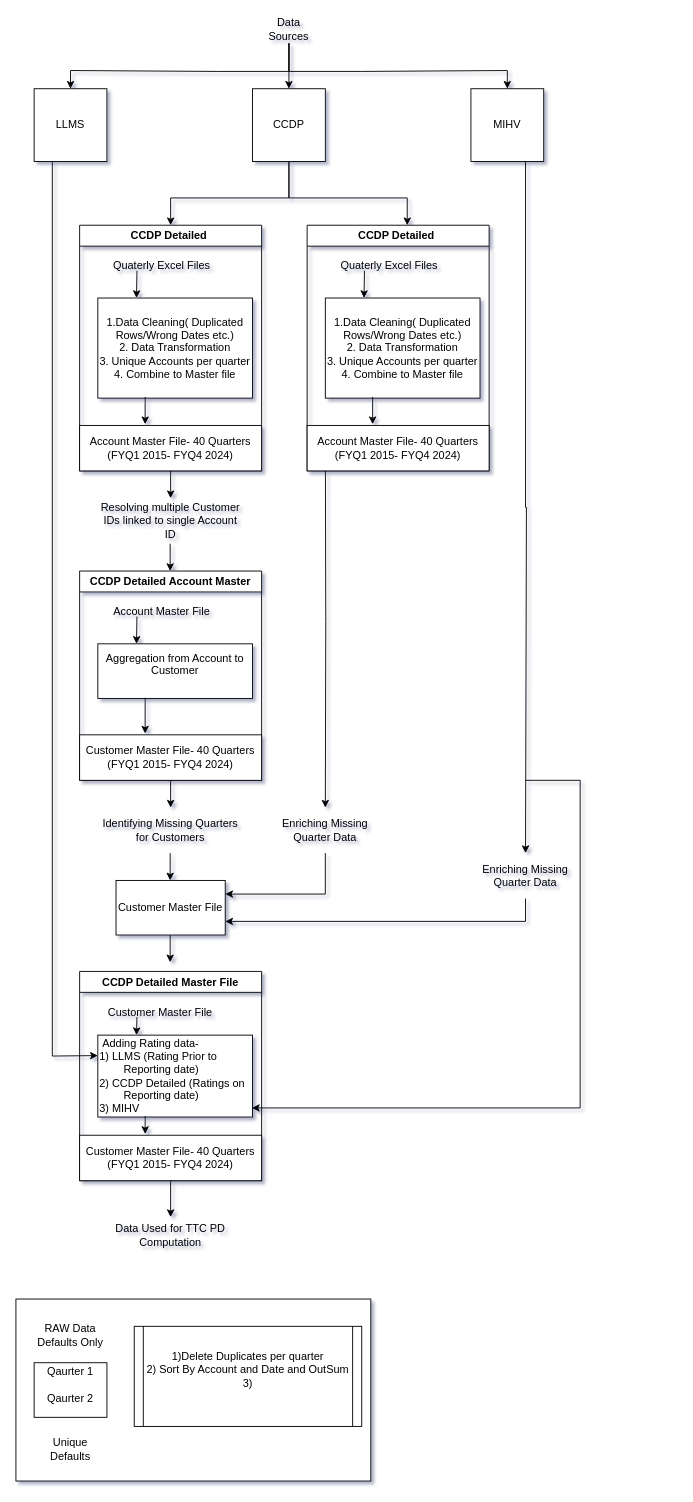
This is Untitled Diagram.drawio from otamboli/Temp, a draw.io file, before an edit. Source tidied: cells renumbered, new cells numbered last; positions are measured from the earlier drawing's top-left corner, leaving out a move shared by most shapes. Both pictures are drawn from the tidied source at 91%, with x=0, y=0 at pixel (15, 15).
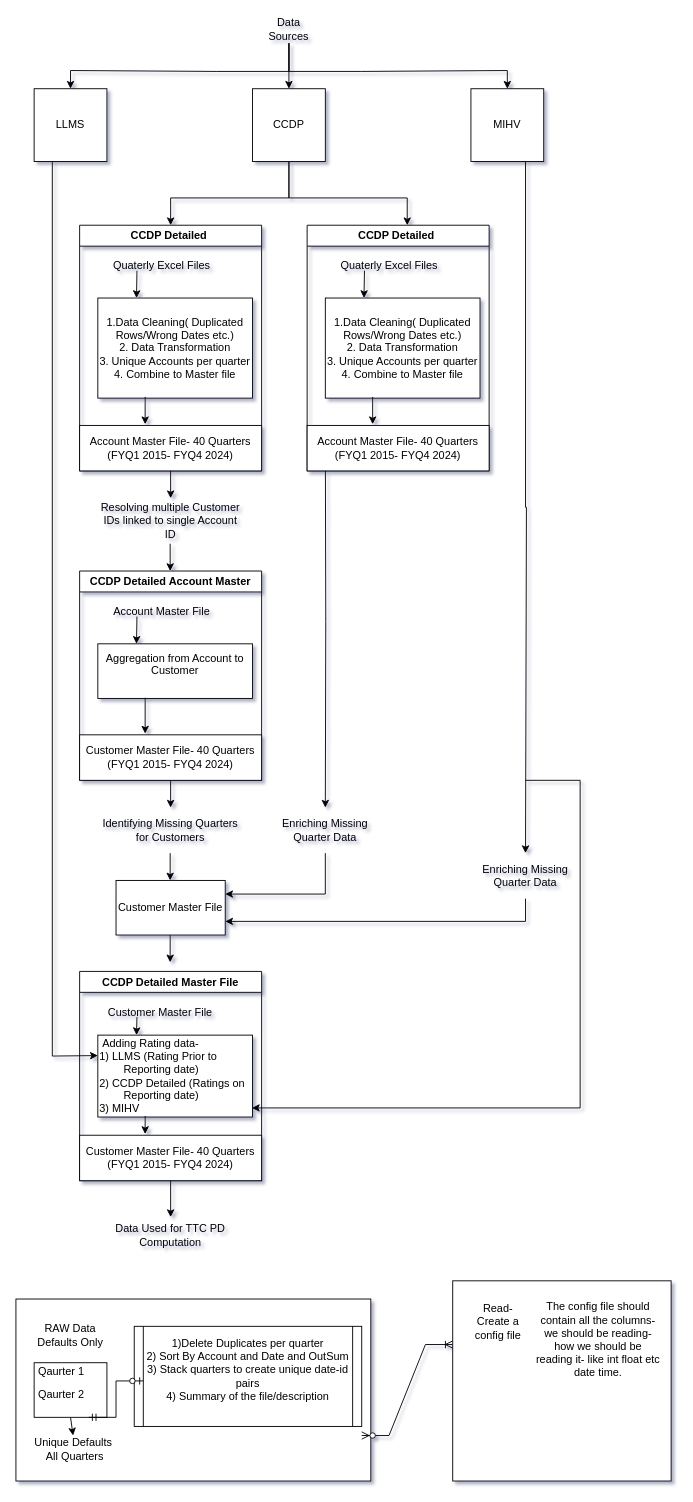
After the change.

The change refers to these unchanged cells:
```xml
<mxCell id="56" style="rounded=0;whiteSpace=wrap;html=1;" parent="1" vertex="1">
  <mxGeometry x="20" y="1480" width="80" height="60" as="geometry" />
</mxCell>
```

What changed in the source:
```diff
@@
-    <mxCell id="55" value="Unique Defaults" style="text;html=1;whiteSpace=wrap;strokeColor=none;fillColor=none;align=center;verticalAlign=middle;rounded=0;" parent="1" vertex="1">
-      <mxGeometry x="30" y="1560" width="60" height="30" as="geometry" />
+    <mxCell id="55" value="Unique Defaults&amp;nbsp;&lt;br&gt;All Quarters" style="text;html=1;whiteSpace=wrap;strokeColor=none;fillColor=none;align=center;verticalAlign=middle;rounded=0;" parent="1" vertex="1">
+      <mxGeometry x="10" y="1560" width="110" height="30" as="geometry" />
     </mxCell>
+    <mxCell id="60" style="edgeStyle=none;rounded=0;jettySize=auto;html=1;exitX=0.5;exitY=1;exitDx=0;exitDy=0;" parent="1" edge="1" source="56" target="55">
+      <mxGeometry relative="1" as="geometry" />
+    </mxCell>
@@
     <mxCell id="57" value="Qaurter 1" style="text;html=1;whiteSpace=wrap;strokeColor=none;fillColor=none;align=center;verticalAlign=middle;rounded=0;" parent="1" vertex="1">
-      <mxGeometry x="10" y="1470" width="100" height="40" as="geometry" />
+      <mxGeometry x="10" y="1470" width="80" height="40" as="geometry" />
     </mxCell>
     <mxCell id="58" value="Qaurter 2" style="text;html=1;whiteSpace=wrap;strokeColor=none;fillColor=none;align=center;verticalAlign=middle;rounded=0;" parent="1" vertex="1">
-      <mxGeometry x="10" y="1500" width="100" height="40" as="geometry" />
+      <mxGeometry y="1500" width="100" height="30" as="geometry" />
     </mxCell>
-    <mxCell id="59" value="1)Delete Duplicates per quarter&lt;div&gt;2) Sort By Account and Date and OutSum&lt;/div&gt;&lt;div&gt;3)&lt;br&gt;&lt;div&gt;&lt;br&gt;&lt;/div&gt;&lt;/div&gt;" style="shape=process;whiteSpace=wrap;html=1;backgroundOutline=1;size=0.04;" parent="1" vertex="1">
+    <mxCell id="59" value="1)Delete Duplicates per quarter&lt;div&gt;2) Sort By Account and Date and OutSum&lt;/div&gt;&lt;div&gt;3) Stack quarters to create unique date-id pairs&lt;/div&gt;&lt;div&gt;4) Summary of the file/description&lt;br&gt;&lt;div&gt;&lt;br&gt;&lt;/div&gt;&lt;/div&gt;" style="shape=process;whiteSpace=wrap;html=1;backgroundOutline=1;size=0.04;" parent="1" vertex="1">
       <mxGeometry x="130" y="1440" width="250" height="110" as="geometry" />
     </mxCell>
+    <mxCell id="61" style="edgeStyle=entityRelationEdgeStyle;fontSize=12;html=1;endArrow=ERzeroToOne;startArrow=ERmandOne;rounded=0;exitX=0.75;exitY=1;exitDx=0;exitDy=0;" parent="1" edge="1" source="56">
+      <mxGeometry relative="1" as="geometry">
+        <mxPoint x="140" y="1500" as="targetPoint" />
+      </mxGeometry>
+    </mxCell>
+    <mxCell id="62" style="edgeStyle=entityRelationEdgeStyle;fontSize=12;html=1;endArrow=ERoneToMany;startArrow=ERzeroToMany;rounded=0;" parent="1" edge="1">
+      <mxGeometry relative="1" as="geometry">
+        <mxPoint x="380" y="1560" as="sourcePoint" />
+        <mxPoint x="480" y="1460" as="targetPoint" />
+      </mxGeometry>
+    </mxCell>
+    <mxCell id="63" style="rounded=0;whiteSpace=wrap;html=1;" parent="1" vertex="1">
+      <mxGeometry x="480" y="1390" width="240" height="220" as="geometry" />
+    </mxCell>
+    <mxCell id="64" value="Read- Create a config file" style="text;html=1;whiteSpace=wrap;strokeColor=none;fillColor=none;align=center;verticalAlign=middle;rounded=0;" parent="1" vertex="1">
+      <mxGeometry x="500" y="1410" width="60" height="50" as="geometry" />
+    </mxCell>
+    <mxCell id="65" value="The config file should contain all the columns- we should be reading- how we should be reading it- like int float etc date time." style="text;html=1;whiteSpace=wrap;strokeColor=none;fillColor=none;align=center;verticalAlign=middle;rounded=0;" parent="1" vertex="1">
+      <mxGeometry x="570" y="1400" width="140" height="110" as="geometry" />
+    </mxCell>
```
